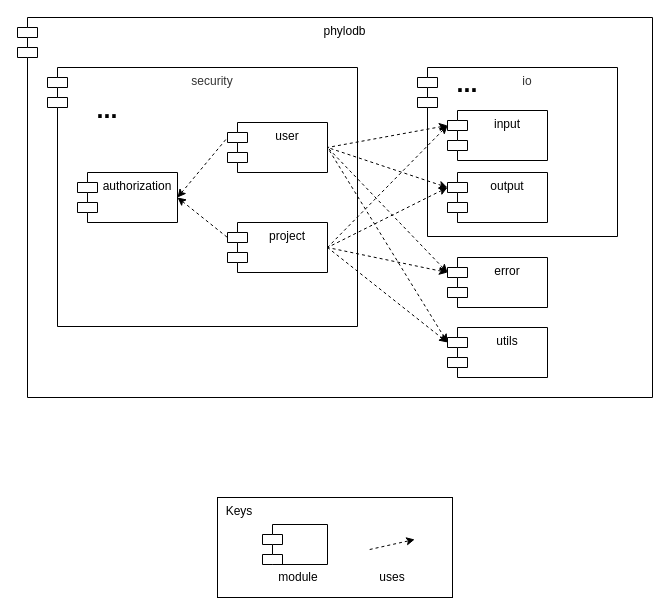
Before: wiki/draw.io/phylodb/uses-security.drawio in phyloviz/phyloDB, a draw.io diagram. Source tidied: cells renumbered, new cells numbered last; positions are measured from the earlier drawing's top-left corner, leaving out a move shared by most shapes. Both pictures are drawn from the tidied source at 100%, with x=0, y=0 at pixel (17, 17).
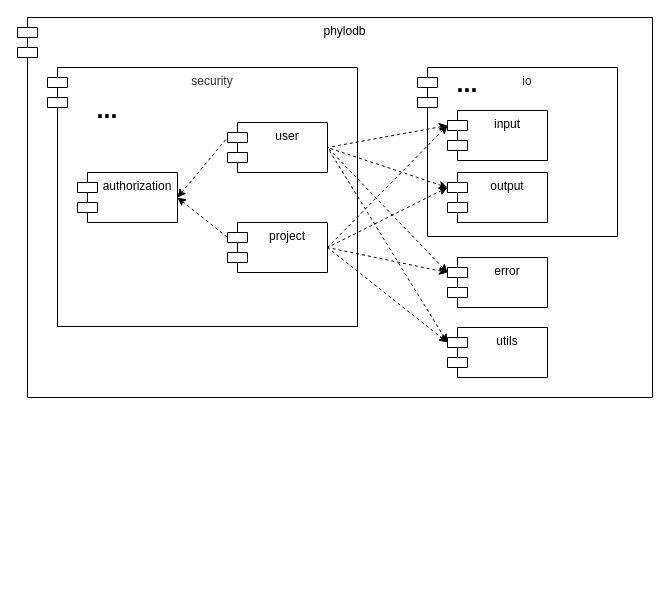
The same page after the edit.

Diff of the diagram source:
```diff
@@
-    <mxCell id="25" style="group;" parent="1" vertex="1">
-      <mxGeometry x="200" y="480" width="235" height="100" as="geometry" />
-    </mxCell>
-    <mxCell id="26" value="&amp;nbsp; Keys" style="rounded=0;whiteSpace=wrap;html=1;align=left;verticalAlign=top;" parent="25" vertex="1">
-      <mxGeometry width="235" height="100" as="geometry" />
-    </mxCell>
-    <mxCell id="27" style="endArrow=classic;html=1;exitX=1;exitY=0.5;exitDx=0;exitDy=0;startArrow=none;startFill=0;endFill=1;dashed=1;" parent="25" edge="1">
-      <mxGeometry relative="1" as="geometry">
-        <mxPoint x="152.2" y="52" as="sourcePoint" />
-        <mxPoint x="197.2" y="42" as="targetPoint" />
-      </mxGeometry>
-    </mxCell>
-    <mxCell id="28" value="uses" style="text;html=1;strokeColor=none;fillColor=none;align=center;verticalAlign=middle;whiteSpace=wrap;rounded=0;" parent="25" vertex="1">
-      <mxGeometry x="145" y="70" width="59.5" height="20" as="geometry" />
-    </mxCell>
-    <mxCell id="29" style="shape=module;align=left;spacingLeft=20;align=center;verticalAlign=top;" parent="25" vertex="1">
-      <mxGeometry x="45" y="27" width="65" height="40" as="geometry" />
-    </mxCell>
-    <mxCell id="30" value="module" style="text;html=1;strokeColor=none;fillColor=none;align=center;verticalAlign=middle;whiteSpace=wrap;rounded=0;" parent="25" vertex="1">
-      <mxGeometry x="50.5" y="70" width="59.5" height="20" as="geometry" />
-    </mxCell>
```
